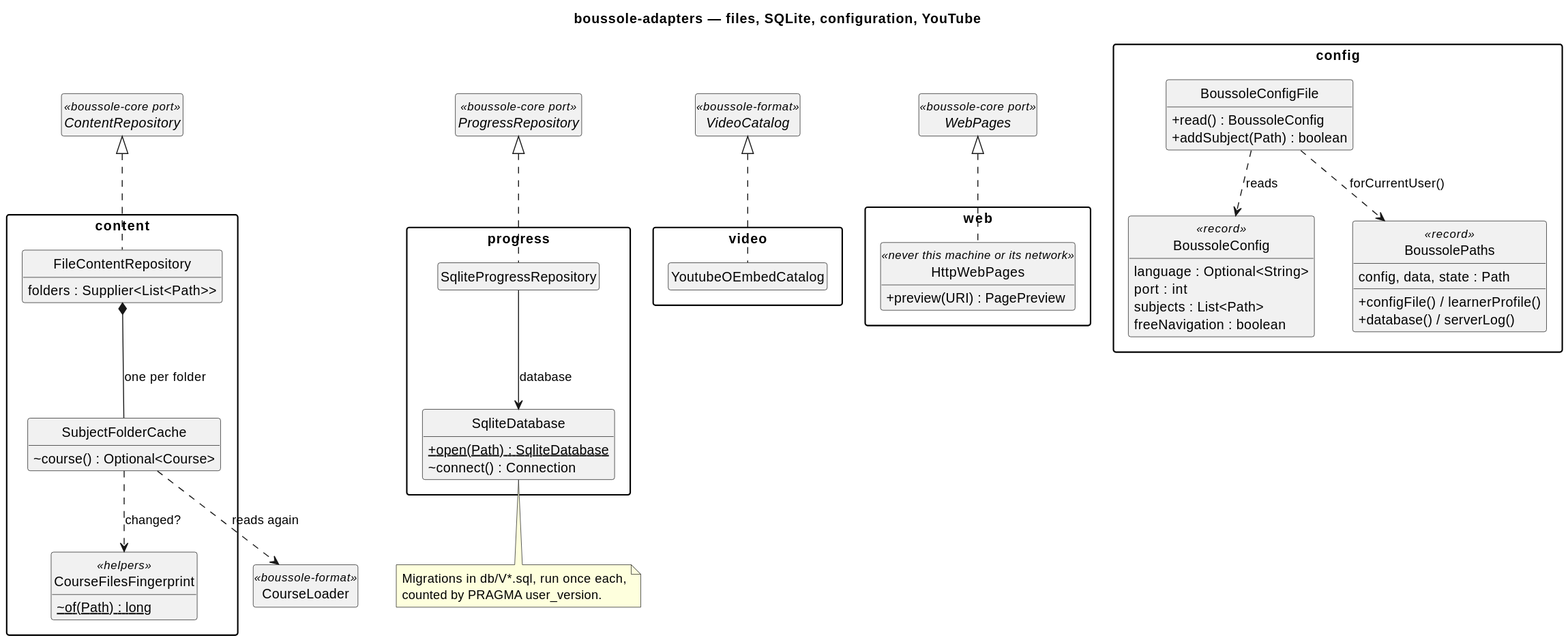
The PlantUML diagram docs/diagrams/60-adapters.svg in lucasssoh/Boussole, before a commit.
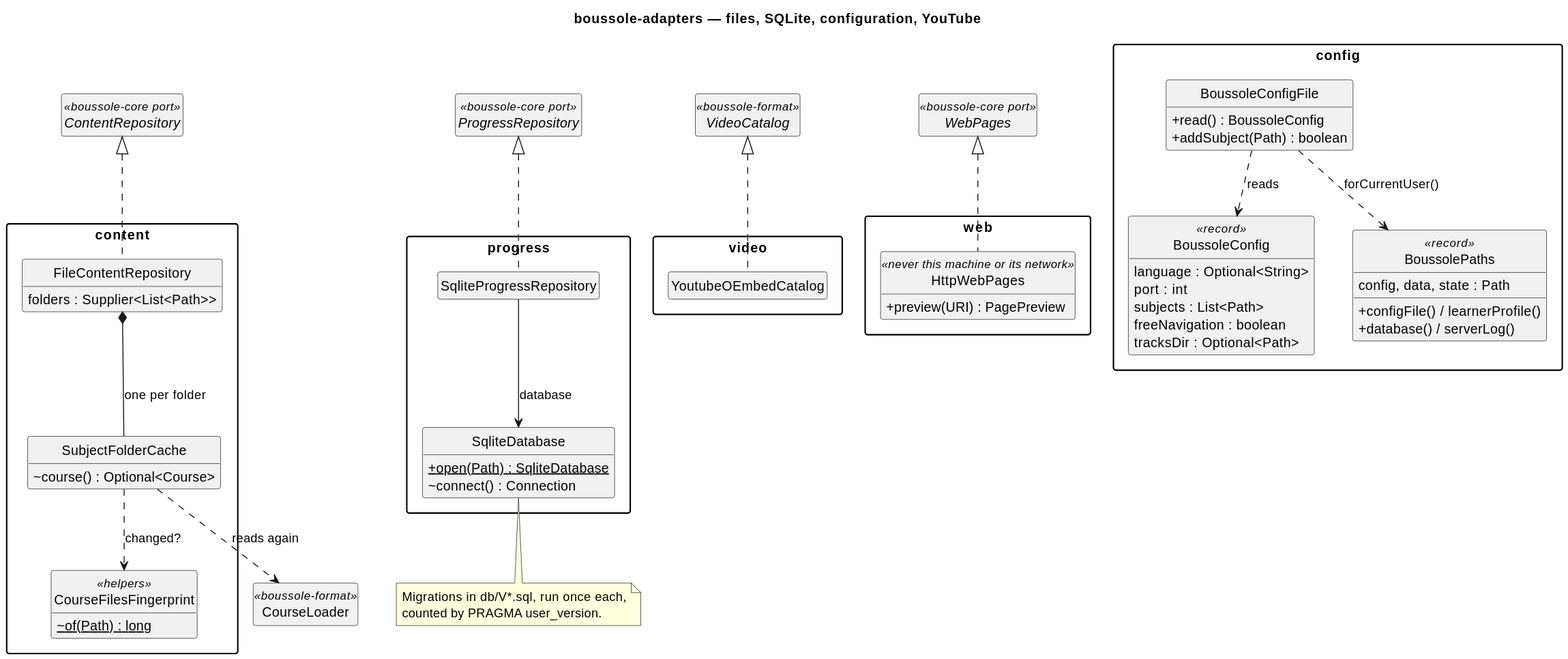
The same file after the commit.

Change to the diagram source:
```diff
@@ -37,6 +37,7 @@
     port : int
     subjects : List<Path>
     freeNavigation : boolean
+    tracksDir : Optional<Path>
   }
   class BoussolePaths <<record>> {
     config, data, state : Path
```
